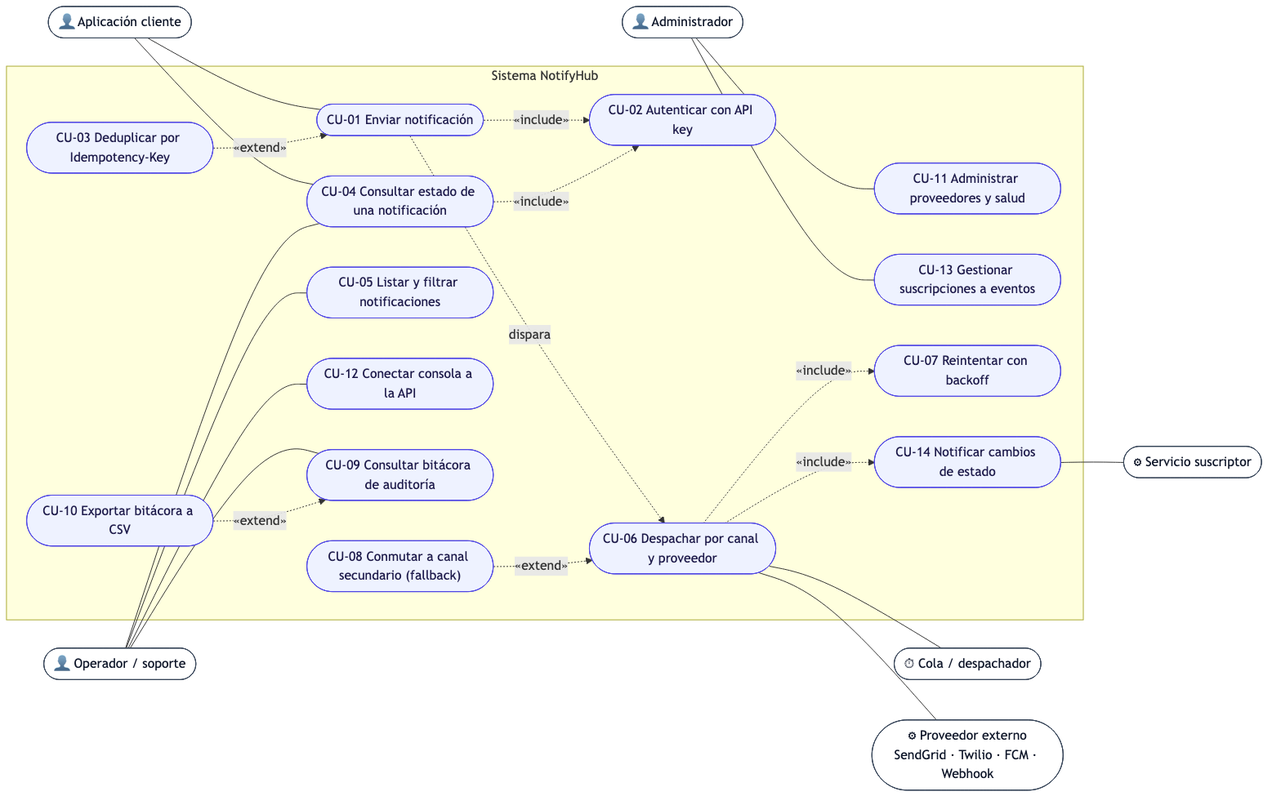
joseraulsoriano/notifyhub keeps this Mermaid diagram as docs/diagrams/render/08-casos-de-uso.png. Above is the earlier version. Its source is kept beside it as docs/diagrams/08-casos-de-uso.mmd. The source it was exported from:
```mermaid
flowchart LR
  app(["👤 Aplicación cliente"])
  ops(["👤 Operador / soporte"])
  adm(["👤 Administrador"])
  subgraph NH["Sistema NotifyHub"]
    direction TB
    uc1(["CU-01 Enviar notificación"])
    uc4(["CU-04 Consultar estado de una notificación"])
    uc5(["CU-05 Listar y filtrar notificaciones"])
    uc12(["CU-12 Conectar consola a la API"])
    uc9(["CU-09 Consultar bitácora de auditoría"])
    uc11(["CU-11 Administrar proveedores y salud"])
    uc13(["CU-13 Gestionar suscripciones a eventos"])
    uc2(["CU-02 Autenticar con API key"])
    uc3(["CU-03 Deduplicar por Idempotency-Key"])
    uc10(["CU-10 Exportar bitácora a CSV"])
    uc6(["CU-06 Despachar por canal y proveedor"])
    uc7(["CU-07 Reintentar con backoff"])
    uc8(["CU-08 Conmutar a canal secundario (fallback)"])
    uc14(["CU-14 Notificar cambios de estado"])
  end
  tiempo(["⏱ Cola / despachador"])
  prov(["⚙ Proveedor externo<br/>SendGrid · Twilio · FCM · Webhook"])
  sub(["⚙ Servicio suscriptor"])
  app --- uc1
  app --- uc4
  ops --- uc4
  ops --- uc5
  ops --- uc9
  ops --- uc12
  adm --- uc11
  adm --- uc13
  uc1 -. "«include»" .-> uc2
  uc4 -. "«include»" .-> uc2
  uc3 -. "«extend»" .-> uc1
  uc10 -. "«extend»" .-> uc9
  uc1 -. "dispara" .-> uc6
  uc6 -. "«include»" .-> uc7
  uc8 -. "«extend»" .-> uc6
  uc6 -. "«include»" .-> uc14
  uc6 --- tiempo
  uc6 --- prov
  uc14 --- sub
  classDef uc fill:#eef2ff,stroke:#4f46e5,color:#1e1b4b
  classDef actor fill:#fff,stroke:#334155,color:#0f172a
  class uc1,uc2,uc3,uc4,uc5,uc6,uc7,uc8,uc9,uc10,uc11,uc12,uc13,uc14 uc
  class app,ops,adm,prov,sub,tiempo actor
```
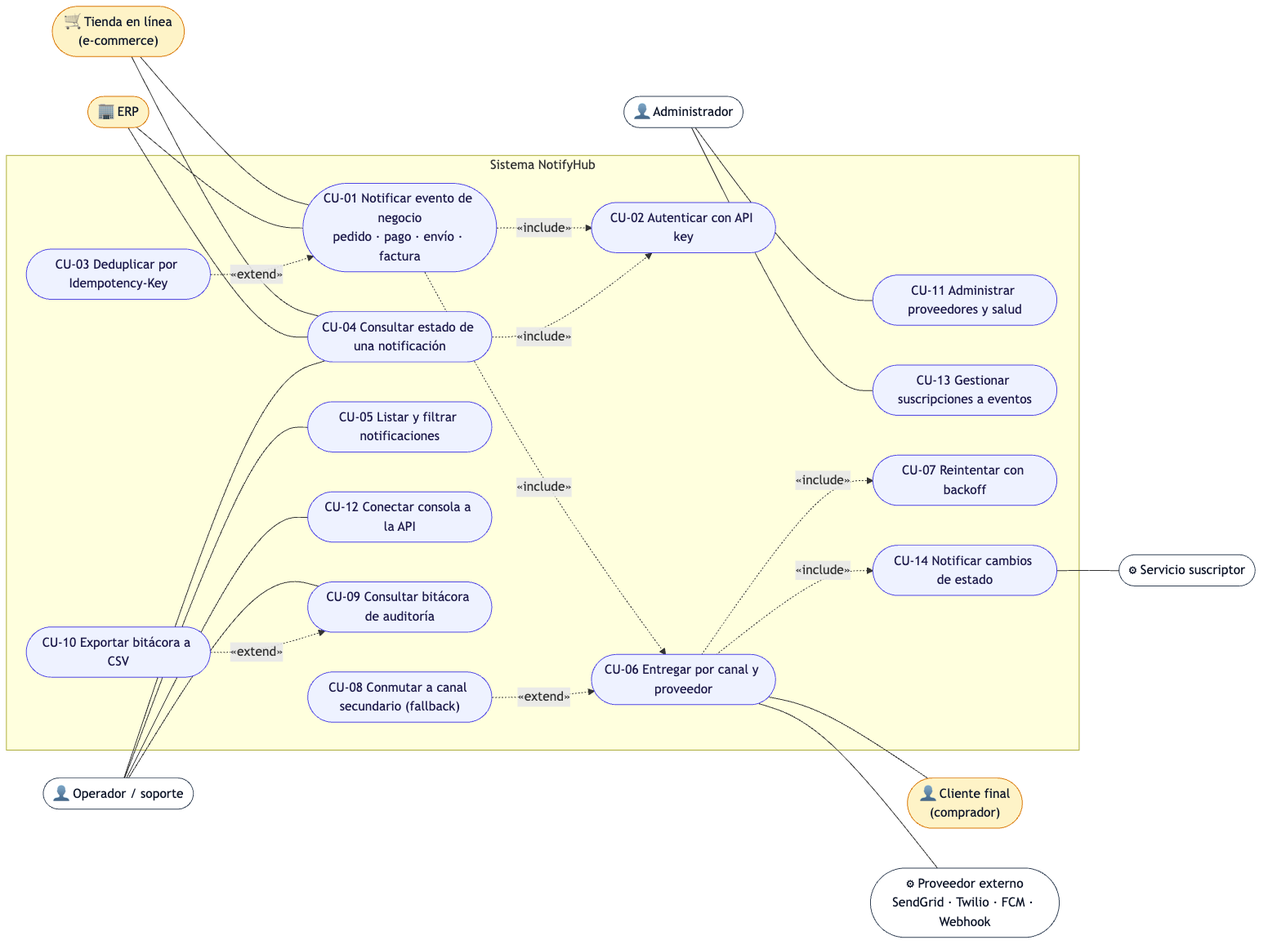
After the change.

What changed in the source:
```diff
@@ -1,10 +1,11 @@
 flowchart LR
-  app(["👤 Aplicación cliente"])
+  shop(["🛒 Tienda en línea<br/>(e-commerce)"])
+  erp(["🏢 ERP"])
   ops(["👤 Operador / soporte"])
   adm(["👤 Administrador"])
   subgraph NH["Sistema NotifyHub"]
     direction TB
-    uc1(["CU-01 Enviar notificación"])
+    uc1(["CU-01 Notificar evento de negocio<br/>pedido · pago · envío · factura"])
     uc4(["CU-04 Consultar estado de una notificación"])
     uc5(["CU-05 Listar y filtrar notificaciones"])
     uc12(["CU-12 Conectar consola a la API"])
@@ -14,16 +15,18 @@
     uc2(["CU-02 Autenticar con API key"])
     uc3(["CU-03 Deduplicar por Idempotency-Key"])
     uc10(["CU-10 Exportar bitácora a CSV"])
-    uc6(["CU-06 Despachar por canal y proveedor"])
+    uc6(["CU-06 Entregar por canal y proveedor"])
     uc7(["CU-07 Reintentar con backoff"])
     uc8(["CU-08 Conmutar a canal secundario (fallback)"])
     uc14(["CU-14 Notificar cambios de estado"])
   end
-  tiempo(["⏱ Cola / despachador"])
+  buyer(["👤 Cliente final<br/>(comprador)"])
   prov(["⚙ Proveedor externo<br/>SendGrid · Twilio · FCM · Webhook"])
   sub(["⚙ Servicio suscriptor"])
-  app --- uc1
-  app --- uc4
+  shop --- uc1
+  erp --- uc1
+  shop --- uc4
+  erp --- uc4
   ops --- uc4
   ops --- uc5
   ops --- uc9
@@ -34,14 +37,16 @@
   uc4 -. "«include»" .-> uc2
   uc3 -. "«extend»" .-> uc1
   uc10 -. "«extend»" .-> uc9
-  uc1 -. "dispara" .-> uc6
+  uc1 -. "«include»" .-> uc6
   uc6 -. "«include»" .-> uc7
   uc8 -. "«extend»" .-> uc6
   uc6 -. "«include»" .-> uc14
-  uc6 --- tiempo
   uc6 --- prov
+  uc6 --- buyer
   uc14 --- sub
   classDef uc fill:#eef2ff,stroke:#4f46e5,color:#1e1b4b
   classDef actor fill:#fff,stroke:#334155,color:#0f172a
+  classDef biz fill:#fef3c7,stroke:#d97706,color:#0f172a
   class uc1,uc2,uc3,uc4,uc5,uc6,uc7,uc8,uc9,uc10,uc11,uc12,uc13,uc14 uc
-  class app,ops,adm,prov,sub,tiempo actor
+  class ops,adm,prov,sub actor
+  class shop,erp,buyer biz
```
